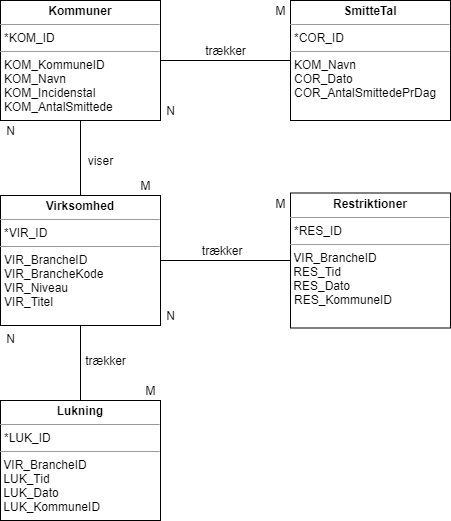
Before: Filer/Datamodel.png, a diagram exported from draw.io (liam1523/WPF-1semGruppe5). Source tidied: cells renumbered, new cells last; positions are measured from the earlier drawing's top-left corner, leaving out a move shared by most shapes.
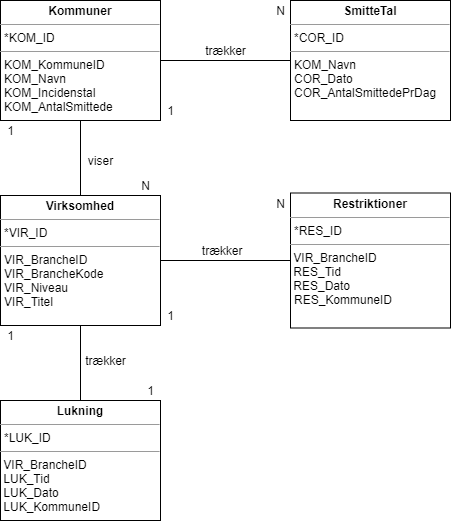
After the change.

Commit message:
opdateret domænemodel

Diff of the diagram source:
```diff
@@ -29,29 +29,29 @@
     <mxCell id="10" value="&lt;p style=&quot;margin: 0px ; margin-top: 4px ; text-align: center&quot;&gt;&lt;b&gt;Lukning&lt;/b&gt;&lt;/p&gt;&lt;hr size=&quot;1&quot;&gt;&lt;p style=&quot;margin: 0px ; margin-left: 4px&quot;&gt;*LUK_ID&lt;br&gt;&lt;/p&gt;&lt;hr size=&quot;1&quot;&gt;&amp;nbsp;VIR_BrancheID&lt;br&gt;&amp;nbsp;LUK_Tid&lt;br&gt;&amp;nbsp;LUK_Dato&lt;br&gt;&amp;nbsp;LUK_KommuneID&lt;br&gt;&amp;nbsp;&lt;br&gt;&lt;p style=&quot;margin: 0px ; margin-left: 4px&quot;&gt;&lt;br&gt;&lt;/p&gt;&lt;p style=&quot;margin: 0px ; margin-left: 4px&quot;&gt;&lt;br&gt;&lt;/p&gt;" style="verticalAlign=top;align=left;overflow=fill;fontSize=12;fontFamily=Helvetica;html=1;" parent="1" vertex="1">
       <mxGeometry y="400" width="160" height="120" as="geometry" />
     </mxCell>
-    <mxCell id="11" value="N" style="text;html=1;align=center;verticalAlign=middle;" parent="1" vertex="1">
+    <mxCell id="11" value="1" style="text;html=1;align=center;verticalAlign=middle;" parent="1" vertex="1">
       <mxGeometry x="160" y="100" width="20" height="20" as="geometry" />
     </mxCell>
-    <mxCell id="12" value="M" style="text;html=1;align=center;verticalAlign=middle;" parent="1" vertex="1">
-      <mxGeometry x="265" width="30" height="20" as="geometry" />
+    <mxCell id="12" value="N" style="text;html=1;align=center;verticalAlign=middle;" parent="1" vertex="1">
+      <mxGeometry x="270" width="20" height="20" as="geometry" />
     </mxCell>
-    <mxCell id="13" value="N" style="text;html=1;align=center;verticalAlign=middle;" parent="1" vertex="1">
+    <mxCell id="13" value="1" style="text;html=1;align=center;verticalAlign=middle;" parent="1" vertex="1">
       <mxGeometry y="120" width="20" height="20" as="geometry" />
     </mxCell>
-    <mxCell id="14" value="M" style="text;html=1;align=center;verticalAlign=middle;" parent="1" vertex="1">
-      <mxGeometry x="130" y="175" width="30" height="20" as="geometry" />
+    <mxCell id="14" value="N" style="text;html=1;align=center;verticalAlign=middle;" parent="1" vertex="1">
+      <mxGeometry x="135" y="175" width="20" height="20" as="geometry" />
     </mxCell>
-    <mxCell id="15" value="N" style="text;html=1;align=center;verticalAlign=middle;" parent="1" vertex="1">
+    <mxCell id="15" value="1" style="text;html=1;align=center;verticalAlign=middle;" parent="1" vertex="1">
       <mxGeometry x="160" y="305" width="20" height="20" as="geometry" />
     </mxCell>
-    <mxCell id="16" value="M" style="text;html=1;align=center;verticalAlign=middle;" parent="1" vertex="1">
-      <mxGeometry x="265" y="192.5" width="30" height="20" as="geometry" />
+    <mxCell id="16" value="N" style="text;html=1;align=center;verticalAlign=middle;" parent="1" vertex="1">
+      <mxGeometry x="270" y="192.5" width="20" height="20" as="geometry" />
     </mxCell>
-    <mxCell id="17" value="N" style="text;html=1;align=center;verticalAlign=middle;" parent="1" vertex="1">
-      <mxGeometry y="327.5" width="20" height="20" as="geometry" />
+    <mxCell id="17" value="1" style="text;html=1;align=center;verticalAlign=middle;" parent="1" vertex="1">
+      <mxGeometry y="325" width="20" height="20" as="geometry" />
     </mxCell>
-    <mxCell id="18" value="M" style="text;html=1;align=center;verticalAlign=middle;" parent="1" vertex="1">
-      <mxGeometry x="135" y="380" width="30" height="20" as="geometry" />
+    <mxCell id="18" value="1" style="text;html=1;align=center;verticalAlign=middle;" parent="1" vertex="1">
+      <mxGeometry x="140" y="380" width="20" height="20" as="geometry" />
     </mxCell>
     <mxCell id="19" value="trækker" style="text;html=1;align=center;verticalAlign=middle;" parent="1" vertex="1">
       <mxGeometry x="195" y="40" width="60" height="20" as="geometry" />
```
